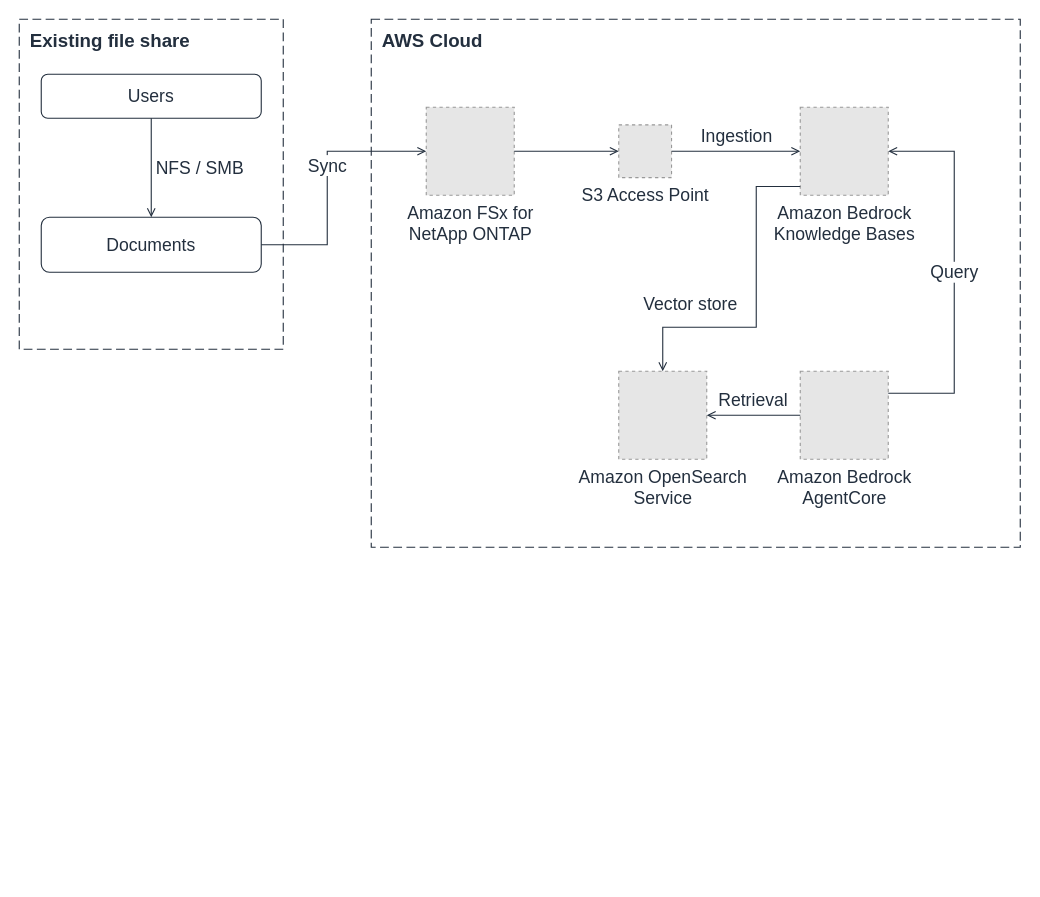
This is docs/diagrams/pattern-05-agentic-rag-en.drawio from Yoshiki0705/ontap-edge-to-cloud-ai, a draw.io file, before an edit. Source tidied: cells renumbered, new cells numbered last; positions are measured from the earlier drawing's top-left corner, leaving out a move shared by most shapes. Both pictures are drawn from the tidied source at 110%, with x=0, y=0 at pixel (19, 19). Pictures stored in the file or linked from it are replaced by grey dashed boxes.
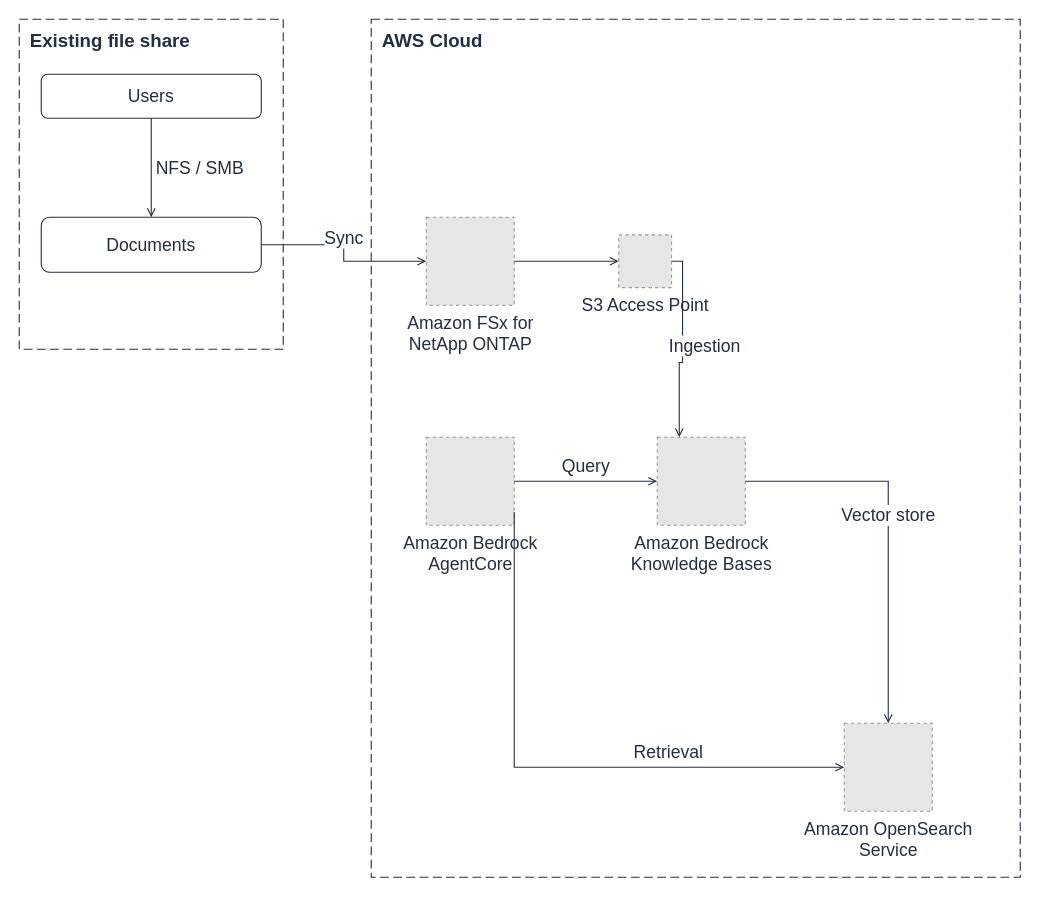
The same page after the edit.

The change refers to these unchanged cells:
```xml
<mxCell id="5" value="Documents" style="rounded=1;html=1;whiteSpace=wrap;fillColor=#FFFFFF;strokeColor=#232F3E;fontSize=16;fontColor=#232F3E;" parent="1" vertex="1">
  <mxGeometry x="20" y="180" width="200" height="50" as="geometry" />
</mxCell>
```

Change to the diagram source:
```diff
@@
     <mxCell id="3" value="AWS Cloud" style="rounded=0;html=1;dashed=1;dashPattern=8 4;fillColor=none;strokeColor=#232F3E;verticalAlign=top;align=left;spacingLeft=8;spacingTop=4;fontSize=17;fontColor=#232F3E;fontStyle=1;" parent="1" vertex="1">
-      <mxGeometry x="320" width="590" height="480" as="geometry" />
+      <mxGeometry x="320" width="590" height="780" as="geometry" />
     </mxCell>
@@
     <mxCell id="6" value="Amazon FSx for&lt;br&gt;NetApp ONTAP" style="fillColor=#E6E6E6;strokeColor=#999999;dashed=1;html=1;verticalLabelPosition=bottom;verticalAlign=top;labelPosition=center;align=center;fontSize=16;fontColor=#232F3E;" parent="1" vertex="1">
-      <mxGeometry x="370" y="80" width="80" height="80" as="geometry" />
+      <mxGeometry x="370" y="180" width="80" height="80" as="geometry" />
     </mxCell>
     <mxCell id="7" value="S3 Access Point" style="fillColor=#E6E6E6;strokeColor=#999999;dashed=1;html=1;verticalLabelPosition=bottom;verticalAlign=top;labelPosition=center;align=center;fontSize=16;fontColor=#232F3E;" parent="1" vertex="1">
-      <mxGeometry x="545" y="96" width="48" height="48" as="geometry" />
+      <mxGeometry x="545" y="196" width="48" height="48" as="geometry" />
     </mxCell>
+    <mxCell id="10" value="Amazon Bedrock&lt;br&gt;AgentCore" style="fillColor=#E6E6E6;strokeColor=#999999;dashed=1;html=1;verticalLabelPosition=bottom;verticalAlign=top;labelPosition=center;align=center;fontSize=16;fontColor=#232F3E;" parent="1" vertex="1">
+      <mxGeometry x="370" y="380" width="80" height="80" as="geometry" />
+    </mxCell>
     <mxCell id="8" value="Amazon Bedrock&lt;br&gt;Knowledge Bases" style="fillColor=#E6E6E6;strokeColor=#999999;dashed=1;html=1;verticalLabelPosition=bottom;verticalAlign=top;labelPosition=center;align=center;fontSize=16;fontColor=#232F3E;" parent="1" vertex="1">
-      <mxGeometry x="710" y="80" width="80" height="80" as="geometry" />
+      <mxGeometry x="580" y="380" width="80" height="80" as="geometry" />
     </mxCell>
     <mxCell id="9" value="Amazon OpenSearch&lt;br&gt;Service" style="fillColor=#E6E6E6;strokeColor=#999999;dashed=1;html=1;verticalLabelPosition=bottom;verticalAlign=top;labelPosition=center;align=center;fontSize=16;fontColor=#232F3E;" parent="1" vertex="1">
-      <mxGeometry x="545" y="320" width="80" height="80" as="geometry" />
+      <mxGeometry x="750" y="640" width="80" height="80" as="geometry" />
     </mxCell>
-    <mxCell id="10" value="Amazon Bedrock&lt;br&gt;AgentCore" style="fillColor=#E6E6E6;strokeColor=#999999;dashed=1;html=1;verticalLabelPosition=bottom;verticalAlign=top;labelPosition=center;align=center;fontSize=16;fontColor=#232F3E;" parent="1" vertex="1">
-      <mxGeometry x="710" y="320" width="80" height="80" as="geometry" />
-    </mxCell>
@@
     <mxCell id="12" value="Sync" style="edgeStyle=orthogonalEdgeStyle;rounded=0;html=1;endArrow=open;endFill=0;strokeColor=#232F3E;strokeWidth=1;fontSize=16;fontColor=#232F3E;labelBackgroundColor=#FFFFFF;exitX=1;exitY=0.5;exitDx=0;exitDy=0;entryX=0;entryY=0.5;entryDx=0;entryDy=0;" parent="1" edge="1" source="5" target="6">
       <mxGeometry relative="1" as="geometry">
-        <Array as="points">
-          <mxPoint x="280" y="205" />
-          <mxPoint x="280" y="120" />
-        </Array>
         <mxPoint y="-14" as="offset" />
       </mxGeometry>
     </mxCell>
@@
-    <mxCell id="14" value="Ingestion" style="edgeStyle=orthogonalEdgeStyle;rounded=0;html=1;endArrow=open;endFill=0;strokeColor=#232F3E;strokeWidth=1;fontSize=16;fontColor=#232F3E;labelBackgroundColor=#FFFFFF;exitX=1;exitY=0.5;exitDx=0;exitDy=0;entryX=0;entryY=0.5;entryDx=0;entryDy=0;" parent="1" edge="1" source="7" target="8">
+    <mxCell id="14" value="Ingestion" style="edgeStyle=orthogonalEdgeStyle;rounded=0;html=1;endArrow=open;endFill=0;strokeColor=#232F3E;strokeWidth=1;fontSize=16;fontColor=#232F3E;labelBackgroundColor=#FFFFFF;exitX=1;exitY=0.5;exitDx=0;exitDy=0;entryX=0.25;entryY=0;entryDx=0;entryDy=0;" parent="1" edge="1" source="7" target="8">
       <mxGeometry relative="1" as="geometry">
-        <mxPoint y="-14" as="offset" />
+        <mxPoint x="20" as="offset" />
       </mxGeometry>
     </mxCell>
-    <mxCell id="15" value="Vector store" style="edgeStyle=orthogonalEdgeStyle;rounded=0;html=1;endArrow=open;endFill=0;strokeColor=#232F3E;strokeWidth=1;fontSize=16;fontColor=#232F3E;labelBackgroundColor=#FFFFFF;exitX=0;exitY=0.9;exitDx=0;exitDy=0;entryX=0.5;entryY=0;entryDx=0;entryDy=0;" parent="1" edge="1" source="8" target="9">
+    <mxCell id="15" value="Vector store" style="edgeStyle=orthogonalEdgeStyle;rounded=0;html=1;endArrow=open;endFill=0;strokeColor=#232F3E;strokeWidth=1;fontSize=16;fontColor=#232F3E;labelBackgroundColor=#FFFFFF;exitX=1;exitY=0.5;exitDx=0;exitDy=0;entryX=0.5;entryY=0;entryDx=0;entryDy=0;" parent="1" edge="1" source="8" target="9">
       <mxGeometry relative="1" as="geometry">
         <Array as="points">
-          <mxPoint x="670" y="152" />
-          <mxPoint x="670" y="280" />
-          <mxPoint x="585" y="280" />
+          <mxPoint x="790" y="420" />
         </Array>
-        <mxPoint x="-60" as="offset" />
+        <mxPoint y="-14" as="offset" />
       </mxGeometry>
     </mxCell>
-    <mxCell id="16" value="Retrieval" style="edgeStyle=orthogonalEdgeStyle;rounded=0;html=1;endArrow=open;endFill=0;strokeColor=#232F3E;strokeWidth=1;fontSize=16;fontColor=#232F3E;labelBackgroundColor=#FFFFFF;exitX=0;exitY=0.5;exitDx=0;exitDy=0;entryX=1;entryY=0.5;entryDx=0;entryDy=0;" parent="1" edge="1" source="10" target="9">
-      <mxGeometry relative="1" as="geometry">
+    <mxCell id="16" value="Retrieval" style="edgeStyle=orthogonalEdgeStyle;rounded=0;html=1;endArrow=open;endFill=0;strokeColor=#232F3E;strokeWidth=1;fontSize=16;fontColor=#232F3E;labelBackgroundColor=#FFFFFF;exitX=1;exitY=0.85;exitDx=0;exitDy=0;entryX=0;entryY=0.5;entryDx=0;entryDy=0;" parent="1" edge="1" source="10" target="9">
+      <mxGeometry x="0.4" relative="1" as="geometry">
+        <Array as="points">
+          <mxPoint x="520" y="680" />
+          <mxPoint x="710" y="680" />
+        </Array>
         <mxPoint y="-14" as="offset" />
       </mxGeometry>
     </mxCell>
-    <mxCell id="17" value="Query" style="edgeStyle=orthogonalEdgeStyle;rounded=0;html=1;endArrow=open;endFill=0;strokeColor=#232F3E;strokeWidth=1;fontSize=16;fontColor=#232F3E;labelBackgroundColor=#FFFFFF;exitX=1;exitY=0.25;exitDx=0;exitDy=0;entryX=1;entryY=0.5;entryDx=0;entryDy=0;" parent="1" edge="1" source="10" target="8">
+    <mxCell id="17" value="Query" style="edgeStyle=orthogonalEdgeStyle;rounded=0;html=1;endArrow=open;endFill=0;strokeColor=#232F3E;strokeWidth=1;fontSize=16;fontColor=#232F3E;labelBackgroundColor=#FFFFFF;exitX=1;exitY=0.5;exitDx=0;exitDy=0;entryX=0;entryY=0.5;entryDx=0;entryDy=0;" parent="1" edge="1" source="10" target="8">
       <mxGeometry relative="1" as="geometry">
-        <Array as="points">
-          <mxPoint x="850" y="340" />
-          <mxPoint x="850" y="120" />
-        </Array>
+        <mxPoint y="-14" as="offset" />
       </mxGeometry>
     </mxCell>
```
